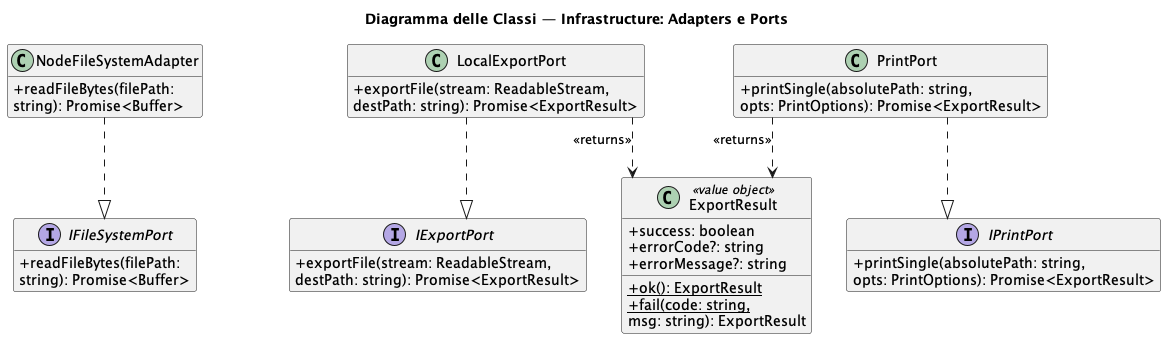
The PlantUML diagram out/3_PB/DocumentiEsterni/DiagrammiSpecificaTecnica/C4/C4_backend_Export/Export_IPC_Part3.png in 7-ZPUs/Docs, before a commit.
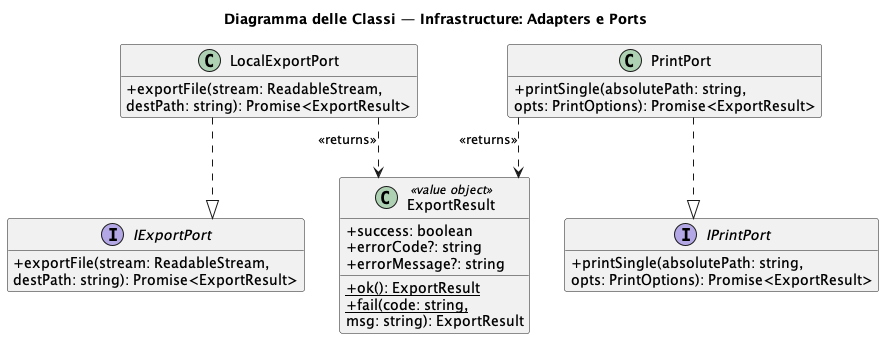
The same file after the commit.

Change to the diagram source:
```diff
@@ -4,10 +4,6 @@
 skinparam linetype ortho
 hide empty members
 
-interface IFileSystemPort {
-    + readFileBytes(filePath:
-    string): Promise<Buffer>
-}
 interface IExportPort {
     + exportFile(stream: ReadableStream,
     destPath: string): Promise<ExportResult>
@@ -16,10 +12,7 @@
     + printSingle(absolutePath: string,
     opts: PrintOptions): Promise<ExportResult>
 }
-class NodeFileSystemAdapter {
-    + readFileBytes(filePath:
-     string): Promise<Buffer>
-}
+
 class LocalExportPort {
     + exportFile(stream: ReadableStream,
     destPath: string): Promise<ExportResult>
@@ -37,7 +30,6 @@
     msg: string): ExportResult
 }
 
-NodeFileSystemAdapter ..|> IFileSystemPort
 LocalExportPort       ..|> IExportPort
 PrintPort             ..|> IPrintPort
 LocalExportPort ..> ExportResult : <<returns>>
```
